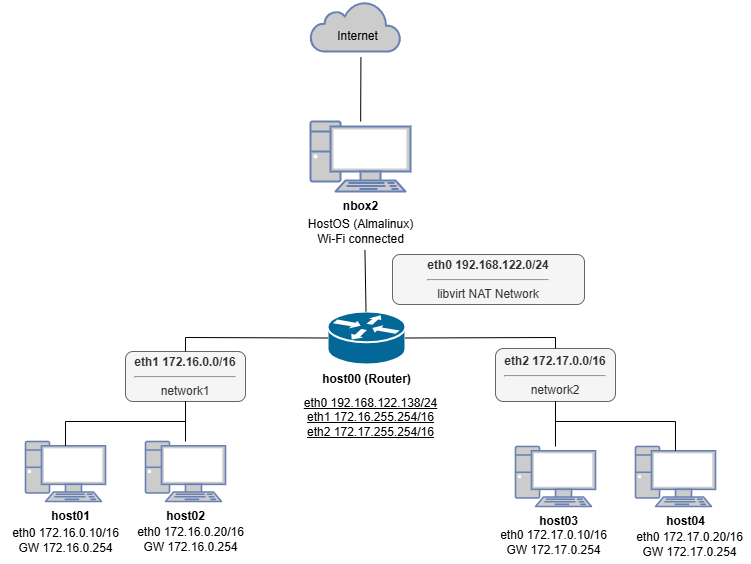
haru186f/kvm-network-lab keeps this draw.io diagram as architecture/network-diagram.drawio.png. Above is the earlier version. Source tidied: cells renumbered, new cells last; positions are measured from the earlier drawing's top-left corner, leaving out a move shared by most shapes.
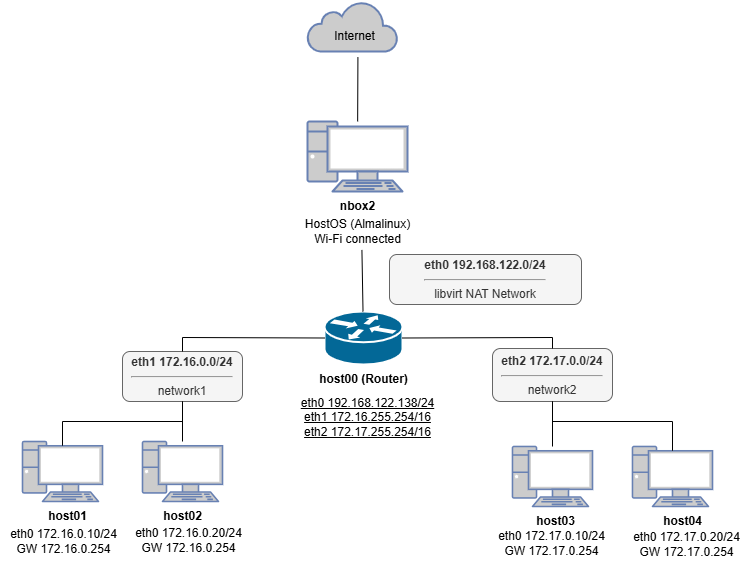
The same file after the commit.

Diff of the diagram source:
```diff
@@ -17,10 +17,10 @@
     <mxCell id="6" style="endArrow=none;html=1;entryX=0.534;entryY=0.961;entryDx=0;entryDy=0;entryPerimeter=0;" parent="1" edge="1" source="2" target="26">
       <mxGeometry relative="1" as="geometry" />
     </mxCell>
-    <mxCell id="7" value="&lt;b&gt;eth1 172.16.0.0/16&lt;br&gt;&lt;/b&gt;&lt;hr&gt;network1" style="rounded=1;whiteSpace=wrap;html=1;fillColor=#f5f5f5;fontColor=#333333;strokeColor=#666666;" parent="1" vertex="1">
+    <mxCell id="7" value="&lt;b&gt;eth1 172.16.0.0/24&lt;br&gt;&lt;/b&gt;&lt;hr&gt;network1" style="rounded=1;whiteSpace=wrap;html=1;fillColor=#f5f5f5;fontColor=#333333;strokeColor=#666666;" parent="1" vertex="1">
       <mxGeometry x="125" y="350" width="120" height="50" as="geometry" />
     </mxCell>
-    <mxCell id="8" value="&lt;b&gt;eth2 172.17.0.0/16&lt;/b&gt;&lt;div&gt;&lt;hr&gt;network2&lt;/div&gt;" style="rounded=1;whiteSpace=wrap;html=1;fillColor=#f5f5f5;fontColor=#333333;strokeColor=#666666;" parent="1" vertex="1">
+    <mxCell id="8" value="&lt;b&gt;eth2 172.17.0.0/24&lt;/b&gt;&lt;div&gt;&lt;hr&gt;network2&lt;/div&gt;" style="rounded=1;whiteSpace=wrap;html=1;fillColor=#f5f5f5;fontColor=#333333;strokeColor=#666666;" parent="1" vertex="1">
       <mxGeometry x="495" y="347" width="120" height="53" as="geometry" />
     </mxCell>
     <mxCell id="9" style="endArrow=none;html=1;entryX=0;entryY=0.5;entryDx=0;entryDy=0;entryPerimeter=0;exitX=0.5;exitY=0;exitDx=0;exitDy=0;rounded=0;curved=0;" parent="1" edge="1" source="7" target="2">
@@ -107,19 +107,19 @@
     <mxCell id="30" value="&lt;b&gt;host02&lt;/b&gt;" style="text;html=1;align=center;verticalAlign=middle;strokeColor=none;fillColor=none;" parent="1" vertex="1">
       <mxGeometry x="155" y="500" width="60" height="30" as="geometry" />
     </mxCell>
-    <mxCell id="31" value="eth0 172.16.0.10/16&lt;br&gt;GW 172.16.0.254" style="text;html=1;align=center;verticalAlign=middle;strokeColor=none;fillColor=none;" parent="1" vertex="1">
-      <mxGeometry y="519" width="130" height="40" as="geometry" />
+    <mxCell id="31" value="eth0 172.16.0.10/24&lt;br&gt;GW 172.16.0.254" style="text;html=1;align=center;verticalAlign=middle;strokeColor=none;fillColor=none;" parent="1" vertex="1">
+      <mxGeometry x="3" y="519" width="125" height="41" as="geometry" />
     </mxCell>
     <mxCell id="32" style="endArrow=none;html=1;entryX=0.557;entryY=1.186;entryDx=0;entryDy=0;entryPerimeter=0;" parent="1" edge="1" source="24" target="21">
       <mxGeometry relative="1" as="geometry" />
     </mxCell>
-    <mxCell id="33" value="eth0 172.16.0.20/16&lt;br&gt;GW 172.16.0.254" style="text;html=1;align=center;verticalAlign=middle;strokeColor=none;fillColor=none;" parent="1" vertex="1">
-      <mxGeometry x="125" y="518" width="130" height="40" as="geometry" />
+    <mxCell id="33" value="eth0 172.16.0.20/24&lt;br&gt;GW 172.16.0.254" style="text;html=1;align=center;verticalAlign=middle;strokeColor=none;fillColor=none;" parent="1" vertex="1">
+      <mxGeometry x="128" y="518" width="125" height="41" as="geometry" />
     </mxCell>
-    <mxCell id="34" value="eth0 172.17.0.10/16&lt;br&gt;GW 172.17.0.254" style="text;html=1;align=center;verticalAlign=middle;strokeColor=none;fillColor=none;" parent="1" vertex="1">
-      <mxGeometry x="488" y="521" width="130" height="40" as="geometry" />
+    <mxCell id="34" value="eth0 172.17.0.10/24&lt;br&gt;GW 172.17.0.254" style="text;html=1;align=center;verticalAlign=middle;strokeColor=none;fillColor=none;" parent="1" vertex="1">
+      <mxGeometry x="491" y="521" width="125" height="41" as="geometry" />
     </mxCell>
-    <mxCell id="35" value="eth0 172.17.0.20/16&lt;br&gt;GW 172.17.0.254" style="text;html=1;align=center;verticalAlign=middle;strokeColor=none;fillColor=none;" parent="1" vertex="1">
+    <mxCell id="35" value="eth0 172.17.0.20/24&lt;br&gt;GW 172.17.0.254" style="text;html=1;align=center;verticalAlign=middle;strokeColor=none;fillColor=none;" parent="1" vertex="1">
       <mxGeometry x="626" y="522" width="125" height="41" as="geometry" />
     </mxCell>
   </root>
```
